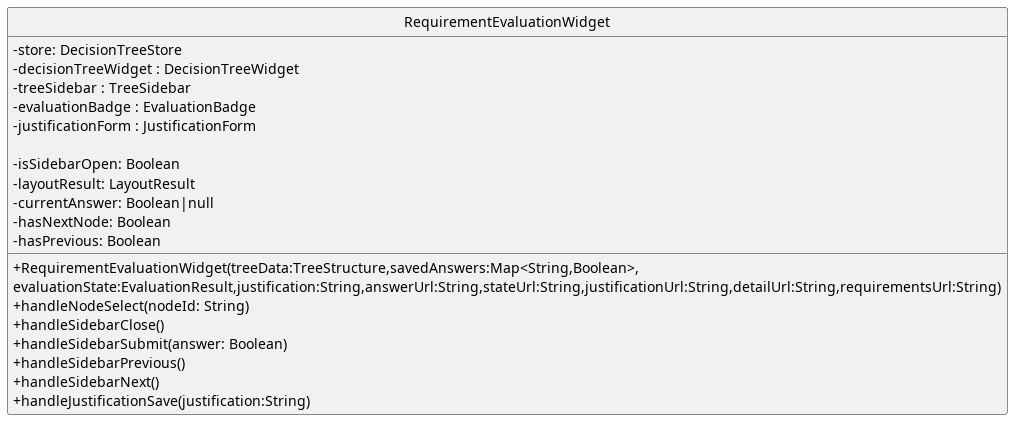
GroupRubberDuck/Documentazione keeps this PlantUML diagram as src/PB/DocumentazioneEsterna/Specifica_Tecnica/content/05-diagrammi-classi/uml/png/frontend/RequirementEvaluationWidget.png. Above is the earlier version.
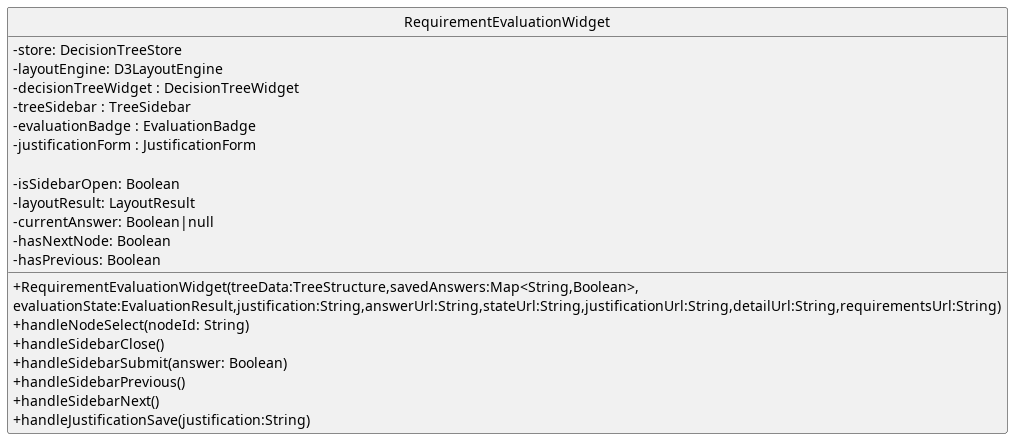
Above is the later version.

Diff of the diagram source:
```diff
@@ -8,6 +8,7 @@
 
 class RequirementEvaluationWidget  {
     - store: DecisionTreeStore
+    - layoutEngine: D3LayoutEngine
     - decisionTreeWidget : DecisionTreeWidget
     - treeSidebar : TreeSidebar
     - evaluationBadge : EvaluationBadge
```
